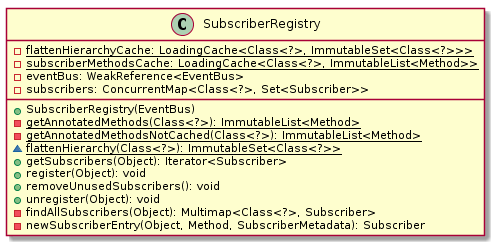
Before: malokhvii-eduard/malokhvii05/doc/plantuml/png/ua.khpi.oop.malokhvii05.common.eventbus.subscribe.SubscriberRegistry.png, a diagram exported from PlantUML (P-Kalin/kit26a). Its diagram source:
```plantuml
@startuml

    class SubscriberRegistry {
        {static} -flattenHierarchyCache: LoadingCache<Class<?>, ImmutableSet<Class<?>>>
        {static} -subscriberMethodsCache: LoadingCache<Class<?>, ImmutableList<Method>>
        -eventBus: WeakReference<EventBus>
        -subscribers: ConcurrentMap<Class<?>, Set<Subscriber>>
        +SubscriberRegistry(EventBus)
        {static} -getAnnotatedMethods(Class<?>): ImmutableList<Method>
        {static} -getAnnotatedMethodsNotCached(Class<?>): ImmutableList<Method>
        {static} ~flattenHierarchy(Class<?>): ImmutableSet<Class<?>>
        +getSubscribers(Object): Iterator<Subscriber>
        +register(Object): void
        +removeUnusedSubscribers(): void
        +unregister(Object): void
        -findAllSubscribers(Object): Multimap<Class<?>, Subscriber>
        -newSubscriberEntry(Object, Method, SubscriberMetadata): Subscriber
    }

@enduml
```
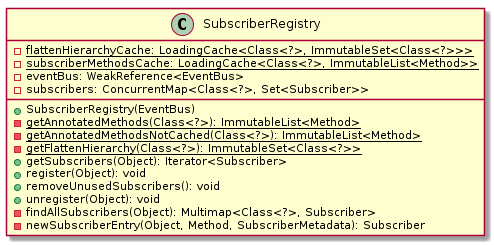
After the change.

What changed in the source:
```diff
@@ -8,7 +8,7 @@
         +SubscriberRegistry(EventBus)
         {static} -getAnnotatedMethods(Class<?>): ImmutableList<Method>
         {static} -getAnnotatedMethodsNotCached(Class<?>): ImmutableList<Method>
-        {static} ~flattenHierarchy(Class<?>): ImmutableSet<Class<?>>
+        {static} -getFlattenHierarchy(Class<?>): ImmutableSet<Class<?>>
         +getSubscribers(Object): Iterator<Subscriber>
         +register(Object): void
         +removeUnusedSubscribers(): void
```
